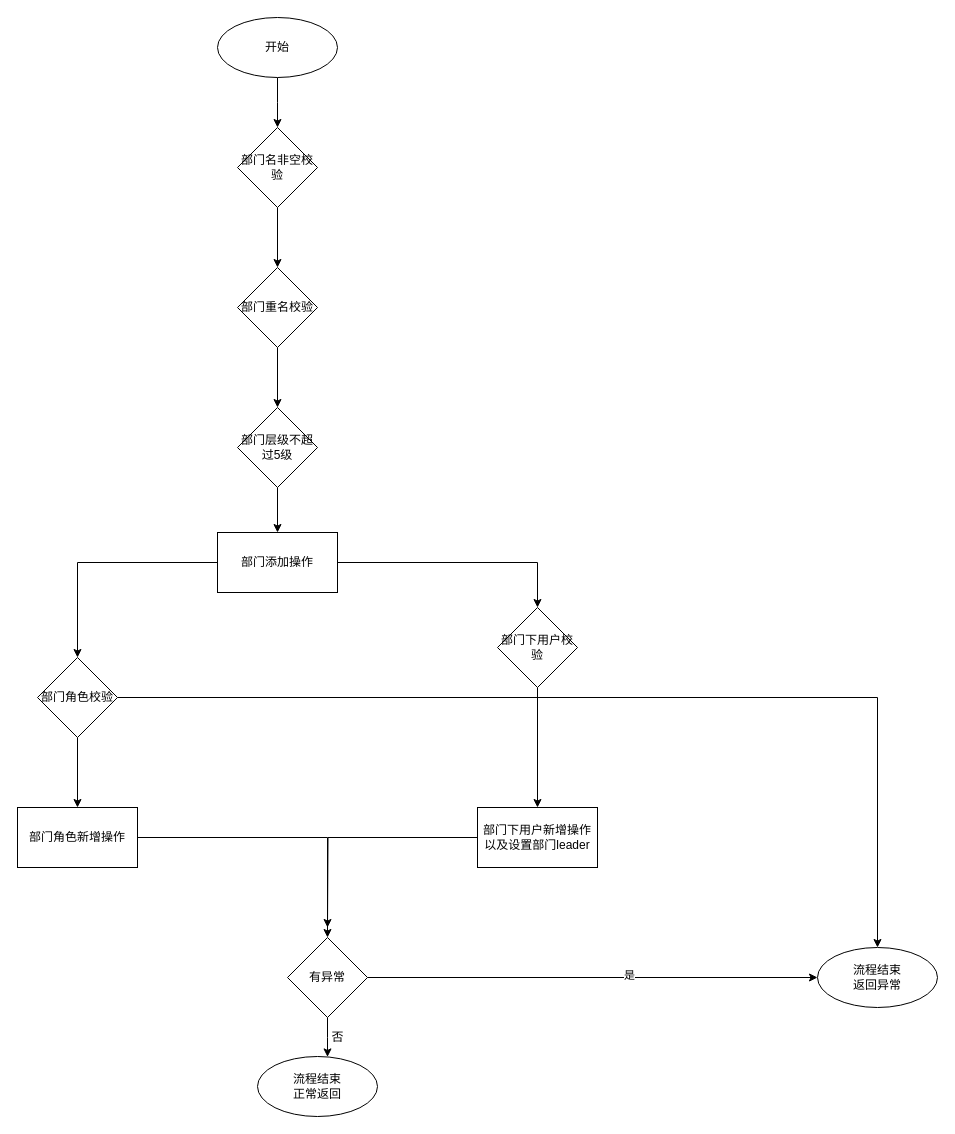
This is Untitled Diagram.drawio from chuck47286/picture_from_draw_io, a draw.io file, before an edit. Source tidied: cells renumbered, new cells numbered last; positions are measured from the earlier drawing's top-left corner, leaving out a move shared by most shapes. Both pictures are drawn from the tidied source at 100%, with x=0, y=0 at pixel (17, 17).
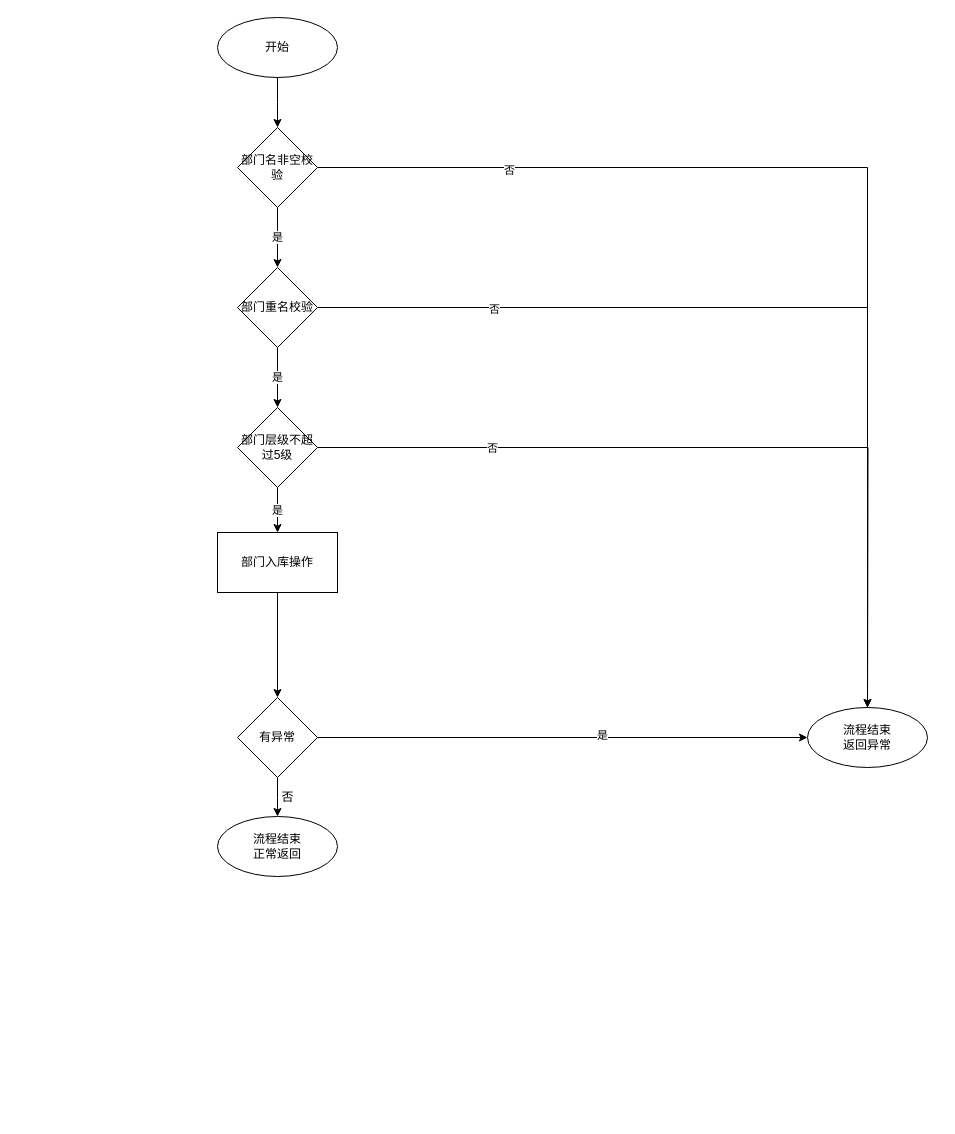
The same page after the edit.

Unchanged cells that the change refers to:
```xml
<mxCell id="5" value="部门名非空校验" style="rhombus;whiteSpace=wrap;html=1;" parent="1" vertex="1">
  <mxGeometry x="220" y="110" width="80" height="80" as="geometry" />
</mxCell>
<mxCell id="7" value="部门重名校验" style="rhombus;whiteSpace=wrap;html=1;" parent="1" vertex="1">
  <mxGeometry x="220" y="250" width="80" height="80" as="geometry" />
</mxCell>
<mxCell id="9" value="部门层级不超过5级" style="rhombus;whiteSpace=wrap;html=1;" parent="1" vertex="1">
  <mxGeometry x="220" y="390" width="80" height="80" as="geometry" />
</mxCell>
```

Diff of the diagram source:
```diff
@@
-    <mxCell id="4" style="edgeStyle=orthogonalEdgeStyle;rounded=0;jettySize=auto;html=1;entryX=0.5;entryY=0;entryDx=0;entryDy=0;" parent="1" edge="1" source="5" target="7">
+    <mxCell id="4" value="是" style="edgeStyle=orthogonalEdgeStyle;rounded=0;jettySize=auto;html=1;entryX=0.5;entryY=0;entryDx=0;entryDy=0;" parent="1" edge="1" source="5" target="7">
       <mxGeometry relative="1" as="geometry" />
     </mxCell>
+    <mxCell id="29" style="edgeStyle=orthogonalEdgeStyle;rounded=0;jumpStyle=arc;jumpSize=12;jettySize=auto;html=1;" parent="1" edge="1" source="5" target="23">
+      <mxGeometry relative="1" as="geometry" />
+    </mxCell>
+    <mxCell id="30" value="否" style="edgeLabel;html=1;align=center;verticalAlign=middle;" parent="29" vertex="1">
+      <mxGeometry x="-0.65" y="-2" relative="1" as="geometry" />
+    </mxCell>
@@
-    <mxCell id="6" style="edgeStyle=orthogonalEdgeStyle;rounded=0;jettySize=auto;html=1;entryX=0.5;entryY=0;entryDx=0;entryDy=0;" parent="1" edge="1" source="7" target="9">
+    <mxCell id="6" value="是" style="edgeStyle=orthogonalEdgeStyle;rounded=0;jettySize=auto;html=1;entryX=0.5;entryY=0;entryDx=0;entryDy=0;" parent="1" edge="1" source="7" target="9">
       <mxGeometry relative="1" as="geometry" />
     </mxCell>
+    <mxCell id="31" style="edgeStyle=orthogonalEdgeStyle;rounded=0;jumpStyle=arc;jumpSize=12;jettySize=auto;html=1;" parent="1" edge="1" source="7" target="23">
+      <mxGeometry relative="1" as="geometry" />
+    </mxCell>
+    <mxCell id="32" value="否" style="edgeLabel;html=1;align=center;verticalAlign=middle;" parent="31" vertex="1">
+      <mxGeometry x="-0.63" y="-1" relative="1" as="geometry" />
+    </mxCell>
@@
-    <mxCell id="8" style="edgeStyle=orthogonalEdgeStyle;rounded=0;jettySize=auto;html=1;entryX=0.5;entryY=0;entryDx=0;entryDy=0;" parent="1" edge="1" source="9" target="12">
+    <mxCell id="8" value="是" style="edgeStyle=orthogonalEdgeStyle;rounded=0;jettySize=auto;html=1;entryX=0.5;entryY=0;entryDx=0;entryDy=0;" parent="1" edge="1" source="9" target="12">
       <mxGeometry relative="1" as="geometry" />
     </mxCell>
+    <mxCell id="33" style="edgeStyle=orthogonalEdgeStyle;rounded=0;jumpStyle=arc;jumpSize=12;jettySize=auto;html=1;" parent="1" edge="1" source="9">
+      <mxGeometry relative="1" as="geometry">
+        <mxPoint x="850" y="710" as="targetPoint" />
+      </mxGeometry>
+    </mxCell>
+    <mxCell id="34" value="否" style="edgeLabel;html=1;align=center;verticalAlign=middle;" parent="33" vertex="1">
+      <mxGeometry x="-0.58" relative="1" as="geometry" />
+    </mxCell>
@@
-    <mxCell id="10" style="edgeStyle=orthogonalEdgeStyle;rounded=0;jettySize=auto;html=1;entryX=0.5;entryY=0;entryDx=0;entryDy=0;" parent="1" edge="1" source="12" target="15">
-      <mxGeometry relative="1" as="geometry" />
-    </mxCell>
-    <mxCell id="11" style="edgeStyle=orthogonalEdgeStyle;rounded=0;jettySize=auto;html=1;entryX=0.5;entryY=0;entryDx=0;entryDy=0;" parent="1" edge="1" source="12" target="25">
-      <mxGeometry relative="1" as="geometry" />
-    </mxCell>
+    <mxCell id="35" style="edgeStyle=orthogonalEdgeStyle;rounded=0;jumpStyle=arc;jumpSize=12;jettySize=auto;html=1;entryX=0.5;entryY=0;entryDx=0;entryDy=0;" parent="1" edge="1" source="12" target="21">
+      <mxGeometry relative="1" as="geometry" />
+    </mxCell>
-    <mxCell id="12" value="部门添加操作" style="whiteSpace=wrap;html=1;" parent="1" vertex="1">
+    <mxCell id="12" value="部门入库操作" style="whiteSpace=wrap;html=1;" parent="1" vertex="1">
       <mxGeometry x="200" y="515" width="120" height="60" as="geometry" />
     </mxCell>
-    <mxCell id="13" style="edgeStyle=orthogonalEdgeStyle;rounded=0;jettySize=auto;html=1;entryX=0.5;entryY=0;entryDx=0;entryDy=0;" parent="1" edge="1" source="15" target="17">
-      <mxGeometry relative="1" as="geometry" />
-    </mxCell>
-    <mxCell id="14" style="edgeStyle=orthogonalEdgeStyle;rounded=0;jettySize=auto;html=1;entryX=0.5;entryY=0;entryDx=0;entryDy=0;jumpStyle=arc;" parent="1" edge="1" source="15" target="23">
-      <mxGeometry relative="1" as="geometry">
-        <Array as="points">
-          <mxPoint x="860" y="680" />
-        </Array>
-      </mxGeometry>
-    </mxCell>
-    <mxCell id="15" value="部门角色校验" style="rhombus;whiteSpace=wrap;html=1;" parent="1" vertex="1">
-      <mxGeometry x="20" y="640" width="80" height="80" as="geometry" />
-    </mxCell>
-    <mxCell id="16" style="edgeStyle=orthogonalEdgeStyle;rounded=0;jettySize=auto;html=1;entryX=0.5;entryY=0;entryDx=0;entryDy=0;" parent="1" edge="1" source="17" target="21">
-      <mxGeometry relative="1" as="geometry" />
-    </mxCell>
-    <mxCell id="17" value="部门角色新增操作" style="whiteSpace=wrap;html=1;" parent="1" vertex="1">
-      <mxGeometry y="790" width="120" height="60" as="geometry" />
-    </mxCell>
     <mxCell id="18" style="edgeStyle=orthogonalEdgeStyle;rounded=0;jettySize=auto;html=1;" parent="1" edge="1" source="21" target="22">
       <mxGeometry relative="1" as="geometry">
         <Array as="points">
-          <mxPoint x="310" y="1020" />
-          <mxPoint x="310" y="1020" />
+          <mxPoint x="260" y="780" />
+          <mxPoint x="260" y="780" />
         </Array>
       </mxGeometry>
     </mxCell>
@@
     <mxCell id="21" value="有异常" style="rhombus;whiteSpace=wrap;html=1;" parent="1" vertex="1">
-      <mxGeometry x="270" y="920" width="80" height="80" as="geometry" />
+      <mxGeometry x="220" y="680" width="80" height="80" as="geometry" />
     </mxCell>
     <mxCell id="22" value="流程结束&lt;br&gt;正常返回" style="ellipse;whiteSpace=wrap;html=1;" parent="1" vertex="1">
-      <mxGeometry x="240" y="1039" width="120" height="60" as="geometry" />
+      <mxGeometry x="200" y="799" width="120" height="60" as="geometry" />
     </mxCell>
     <mxCell id="23" value="流程结束&lt;br&gt;返回异常" style="ellipse;whiteSpace=wrap;html=1;" parent="1" vertex="1">
-      <mxGeometry x="800" y="930" width="120" height="60" as="geometry" />
+      <mxGeometry x="790" y="690" width="120" height="60" as="geometry" />
     </mxCell>
-    <mxCell id="24" style="edgeStyle=orthogonalEdgeStyle;rounded=0;jettySize=auto;html=1;entryX=0.5;entryY=0;entryDx=0;entryDy=0;" parent="1" edge="1" source="25" target="27">
-      <mxGeometry relative="1" as="geometry" />
-    </mxCell>
-    <mxCell id="25" value="部门下用户校验" style="rhombus;whiteSpace=wrap;html=1;" parent="1" vertex="1">
-      <mxGeometry x="480" y="590" width="80" height="80" as="geometry" />
-    </mxCell>
-    <mxCell id="26" style="edgeStyle=orthogonalEdgeStyle;rounded=0;jettySize=auto;html=1;" parent="1" edge="1" source="27">
-      <mxGeometry relative="1" as="geometry">
-        <mxPoint x="310" y="910" as="targetPoint" />
-      </mxGeometry>
-    </mxCell>
-    <mxCell id="27" value="部门下用户新增操作以及设置部门leader" style="whiteSpace=wrap;html=1;" parent="1" vertex="1">
-      <mxGeometry x="460" y="790" width="120" height="60" as="geometry" />
-    </mxCell>
     <mxCell id="28" value="否" style="text;html=1;align=center;verticalAlign=middle;strokeColor=none;fillColor=none;" parent="1" vertex="1">
-      <mxGeometry x="305" y="1010" width="30" height="20" as="geometry" />
+      <mxGeometry x="255" y="770" width="30" height="20" as="geometry" />
     </mxCell>
```
